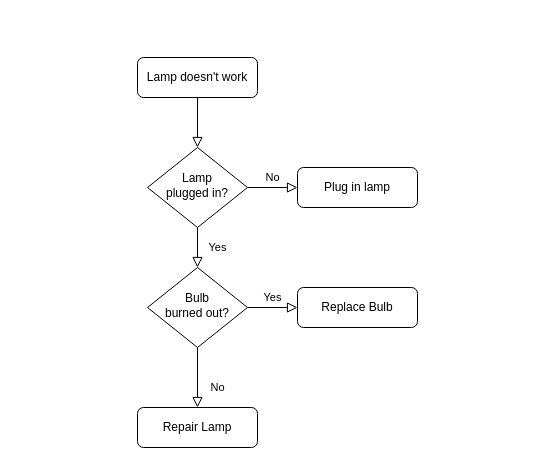
The draw.io diagram Guess-The-Number.drawio in DavidMeldarion/FlowCharts, before the edit. Source tidied: cells renumbered, new cells numbered last; positions are measured from the earlier drawing's top-left corner, leaving out a move shared by most shapes. Both pictures are drawn from the tidied source at 100%, with x=0, y=0 at pixel (137, 57).
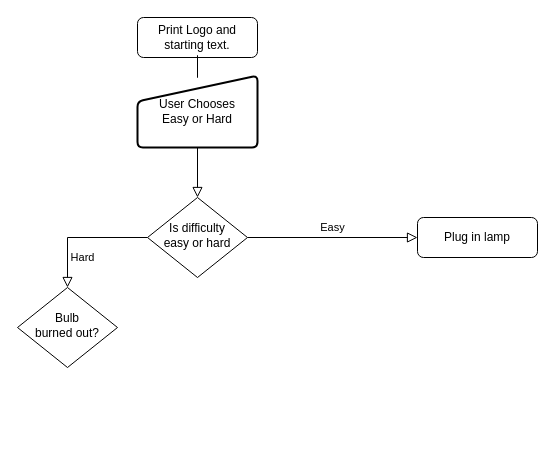
The same diagram, later.

Diff of the diagram source:
```diff
@@
 <mxGraphModel>
   <root>
     <mxCell id="0" />
     <mxCell id="1" parent="0" />
-    <mxCell id="2" style="rounded=0;html=1;jettySize=auto;fontSize=11;endArrow=block;endFill=0;endSize=8;strokeWidth=1;shadow=0;labelBackgroundColor=none;edgeStyle=orthogonalEdgeStyle;" parent="1" edge="1" source="3" target="6">
+    <mxCell id="2" style="rounded=0;html=1;jettySize=auto;fontSize=11;endArrow=block;endFill=0;endSize=8;strokeWidth=1;shadow=0;labelBackgroundColor=none;edgeStyle=orthogonalEdgeStyle;startArrow=none;" parent="1" edge="1" source="13" target="6">
       <mxGeometry relative="1" as="geometry" />
     </mxCell>
-    <mxCell id="3" value="Lamp doesn't work" style="rounded=1;whiteSpace=wrap;html=1;fontSize=12;glass=0;strokeWidth=1;shadow=0;" parent="1" vertex="1">
-      <mxGeometry width="120" height="40" as="geometry" />
+    <mxCell id="3" value="Print Logo and starting text." style="rounded=1;whiteSpace=wrap;html=1;fontSize=12;glass=0;strokeWidth=1;shadow=0;" parent="1" vertex="1">
+      <mxGeometry y="-40" width="120" height="40" as="geometry" />
     </mxCell>
-    <mxCell id="4" value="Yes" style="rounded=0;html=1;jettySize=auto;fontSize=11;endArrow=block;endFill=0;endSize=8;strokeWidth=1;shadow=0;labelBackgroundColor=none;edgeStyle=orthogonalEdgeStyle;" parent="1" edge="1" source="6" target="10">
+    <mxCell id="4" value="Hard" style="rounded=0;html=1;jettySize=auto;fontSize=11;endArrow=block;endFill=0;endSize=8;strokeWidth=1;shadow=0;labelBackgroundColor=none;edgeStyle=orthogonalEdgeStyle;exitX=0;exitY=0.5;exitDx=0;exitDy=0;" parent="1" edge="1" source="6" target="10">
       <mxGeometry y="20" relative="1" as="geometry" />
     </mxCell>
-    <mxCell id="5" value="No" style="edgeStyle=orthogonalEdgeStyle;rounded=0;html=1;jettySize=auto;fontSize=11;endArrow=block;endFill=0;endSize=8;strokeWidth=1;shadow=0;labelBackgroundColor=none;" parent="1" edge="1" source="6" target="7">
+    <mxCell id="5" value="Easy" style="edgeStyle=orthogonalEdgeStyle;rounded=0;html=1;jettySize=auto;fontSize=11;endArrow=block;endFill=0;endSize=8;strokeWidth=1;shadow=0;labelBackgroundColor=none;" parent="1" edge="1" source="6" target="7">
       <mxGeometry y="10" relative="1" as="geometry" />
     </mxCell>
-    <mxCell id="6" value="Lamp&lt;br&gt;plugged in?" style="rhombus;whiteSpace=wrap;html=1;shadow=0;fontFamily=Helvetica;fontSize=12;align=center;strokeWidth=1;spacing=6;spacingTop=-4;" parent="1" vertex="1">
-      <mxGeometry x="10" y="90" width="100" height="80" as="geometry" />
+    <mxCell id="6" value="Is difficulty&lt;br&gt;easy or hard" style="rhombus;whiteSpace=wrap;html=1;shadow=0;fontFamily=Helvetica;fontSize=12;align=center;strokeWidth=1;spacing=6;spacingTop=-4;" parent="1" vertex="1">
+      <mxGeometry x="10" y="140" width="100" height="80" as="geometry" />
     </mxCell>
     <mxCell id="7" value="Plug in lamp" style="rounded=1;whiteSpace=wrap;html=1;fontSize=12;glass=0;strokeWidth=1;shadow=0;" parent="1" vertex="1">
-      <mxGeometry x="160" y="110" width="120" height="40" as="geometry" />
+      <mxGeometry x="280" y="160" width="120" height="40" as="geometry" />
     </mxCell>
-    <mxCell id="8" value="No" style="rounded=0;html=1;jettySize=auto;fontSize=11;endArrow=block;endFill=0;endSize=8;strokeWidth=1;shadow=0;labelBackgroundColor=none;edgeStyle=orthogonalEdgeStyle;" parent="1" edge="1" source="10" target="11">
-      <mxGeometry x="0.33" y="20" relative="1" as="geometry" />
-    </mxCell>
-    <mxCell id="9" value="Yes" style="edgeStyle=orthogonalEdgeStyle;rounded=0;html=1;jettySize=auto;fontSize=11;endArrow=block;endFill=0;endSize=8;strokeWidth=1;shadow=0;labelBackgroundColor=none;" parent="1" edge="1" source="10" target="12">
-      <mxGeometry y="10" relative="1" as="geometry" />
-    </mxCell>
     <mxCell id="10" value="Bulb&lt;br&gt;burned out?" style="rhombus;whiteSpace=wrap;html=1;shadow=0;fontFamily=Helvetica;fontSize=12;align=center;strokeWidth=1;spacing=6;spacingTop=-4;" parent="1" vertex="1">
-      <mxGeometry x="10" y="210" width="100" height="80" as="geometry" />
+      <mxGeometry x="-120" y="230" width="100" height="80" as="geometry" />
     </mxCell>
-    <mxCell id="11" value="Repair Lamp" style="rounded=1;whiteSpace=wrap;html=1;fontSize=12;glass=0;strokeWidth=1;shadow=0;" parent="1" vertex="1">
-      <mxGeometry y="350" width="120" height="40" as="geometry" />
-    </mxCell>
-    <mxCell id="12" value="Replace Bulb" style="rounded=1;whiteSpace=wrap;html=1;fontSize=12;glass=0;strokeWidth=1;shadow=0;" parent="1" vertex="1">
-      <mxGeometry x="160" y="230" width="120" height="40" as="geometry" />
-    </mxCell>
+    <mxCell id="13" value="User Chooses&lt;br&gt;Easy or Hard" style="html=1;strokeWidth=2;shape=manualInput;whiteSpace=wrap;rounded=1;size=26;arcSize=11;" parent="1" vertex="1">
+      <mxGeometry y="18" width="120" height="72" as="geometry" />
+    </mxCell>
+    <mxCell id="14" style="rounded=0;html=1;jettySize=auto;fontSize=11;endArrow=none;endFill=0;endSize=8;strokeWidth=1;shadow=0;labelBackgroundColor=none;edgeStyle=orthogonalEdgeStyle;" parent="1" edge="1" source="3" target="13">
+      <mxGeometry relative="1" as="geometry" />
+    </mxCell>
   </root>
 </mxGraphModel>
```
